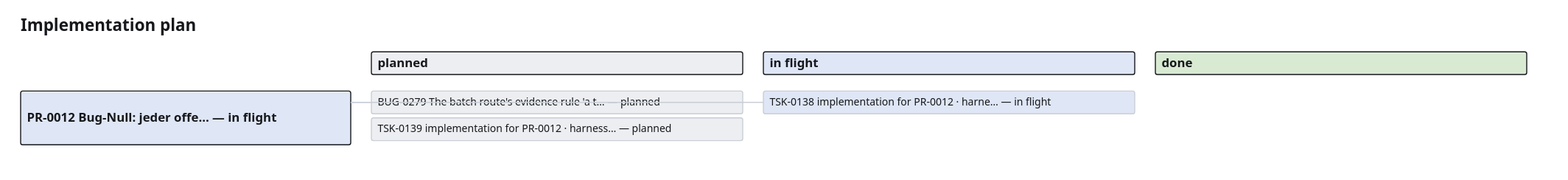
The draw.io diagram project_memory/generated/plan.drawio.svg in GiaZenX/harness, before a commit. Source tidied: cells renumbered, new cells last; positions are measured from the earlier drawing's top-left corner, leaving out a move shared by most shapes. The source it was exported from:
```xml
<mxGraphModel>
  <root>
    <mxCell id="0" />
    <mxCell id="1" parent="0" />
    <mxCell id="2" value="Implementation plan" style="text;html=1;fontSize=16;fontStyle=1;" parent="1" vertex="1">
      <mxGeometry width="300" height="20" as="geometry" />
    </mxCell>
    <mxCell id="3" value="planned" style="rounded=1;whiteSpace=wrap;html=1;fillColor=#eceef1;strokeColor=#16181c;fontSize=12;fontStyle=1;" parent="1" vertex="1">
      <mxGeometry x="340" y="34" width="360" height="22" as="geometry" />
    </mxCell>
    <mxCell id="4" value="in flight" style="rounded=1;whiteSpace=wrap;html=1;fillColor=#dfe6f5;strokeColor=#16181c;fontSize=12;fontStyle=1;" parent="1" vertex="1">
      <mxGeometry x="720" y="34" width="360" height="22" as="geometry" />
    </mxCell>
    <mxCell id="5" value="done" style="rounded=1;whiteSpace=wrap;html=1;fillColor=#d9ead3;strokeColor=#16181c;fontSize=12;fontStyle=1;" parent="1" vertex="1">
      <mxGeometry x="1100" y="34" width="360" height="22" as="geometry" />
    </mxCell>
    <mxCell id="6" value="PR-0012 Bug-Null: jeder offe… — in flight" style="rounded=1;whiteSpace=wrap;html=1;fillColor=#dfe6f5;strokeColor=#16181c;fontSize=12;fontStyle=1;" parent="1" vertex="1">
      <mxGeometry y="72" width="320" height="52" as="geometry" />
    </mxCell>
    <mxCell id="7" value="BUG-0279 The batch route's evidence rule 'a t… — planned" style="rounded=1;whiteSpace=wrap;html=1;fillColor=#eceef1;strokeColor=#c9ced6;fontSize=10;" parent="1" vertex="1">
      <mxGeometry x="340" y="72" width="360" height="22" as="geometry" />
    </mxCell>
    <mxCell id="8" style="edgeStyle=orthogonalEdgeStyle;endArrow=none;strokeColor=#c9ced6;" parent="1" edge="1" source="6" target="7">
      <mxGeometry relative="1" as="geometry" />
    </mxCell>
    <mxCell id="9" value="TSK-0139 implementation for PR-0012 · harness… — planned" style="rounded=1;whiteSpace=wrap;html=1;fillColor=#eceef1;strokeColor=#c9ced6;fontSize=10;" parent="1" vertex="1">
      <mxGeometry x="340" y="98" width="360" height="22" as="geometry" />
    </mxCell>
    <mxCell id="10" value="TSK-0138 implementation for PR-0012 · harne… — in flight" style="rounded=1;whiteSpace=wrap;html=1;fillColor=#dfe6f5;strokeColor=#c9ced6;fontSize=10;" parent="1" vertex="1">
      <mxGeometry x="720" y="72" width="360" height="22" as="geometry" />
    </mxCell>
    <mxCell id="11" style="edgeStyle=orthogonalEdgeStyle;endArrow=none;strokeColor=#c9ced6;" parent="1" edge="1" source="6" target="10">
      <mxGeometry relative="1" as="geometry" />
    </mxCell>
  </root>
</mxGraphModel>
```
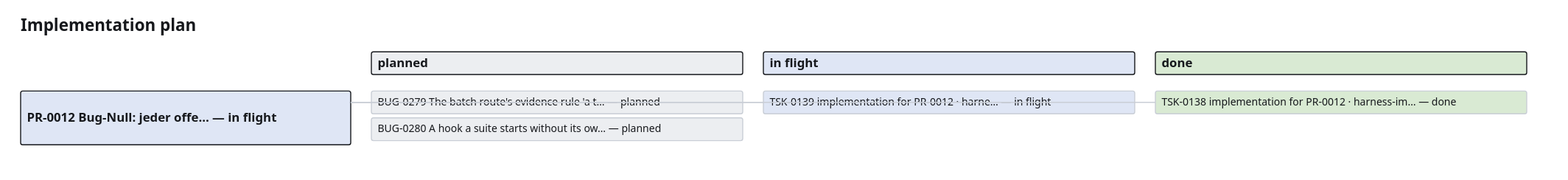
Later version of the same file.

Diff of the diagram source:
```diff
@@ -23,14 +23,20 @@
     <mxCell id="8" style="edgeStyle=orthogonalEdgeStyle;endArrow=none;strokeColor=#c9ced6;" parent="1" edge="1" source="6" target="7">
       <mxGeometry relative="1" as="geometry" />
     </mxCell>
-    <mxCell id="9" value="TSK-0139 implementation for PR-0012 · harness… — planned" style="rounded=1;whiteSpace=wrap;html=1;fillColor=#eceef1;strokeColor=#c9ced6;fontSize=10;" parent="1" vertex="1">
+    <mxCell id="9" value="BUG-0280 A hook a suite starts without its ow… — planned" style="rounded=1;whiteSpace=wrap;html=1;fillColor=#eceef1;strokeColor=#c9ced6;fontSize=10;" parent="1" vertex="1">
       <mxGeometry x="340" y="98" width="360" height="22" as="geometry" />
     </mxCell>
-    <mxCell id="10" value="TSK-0138 implementation for PR-0012 · harne… — in flight" style="rounded=1;whiteSpace=wrap;html=1;fillColor=#dfe6f5;strokeColor=#c9ced6;fontSize=10;" parent="1" vertex="1">
+    <mxCell id="10" value="TSK-0139 implementation for PR-0012 · harne… — in flight" style="rounded=1;whiteSpace=wrap;html=1;fillColor=#dfe6f5;strokeColor=#c9ced6;fontSize=10;" parent="1" vertex="1">
       <mxGeometry x="720" y="72" width="360" height="22" as="geometry" />
     </mxCell>
     <mxCell id="11" style="edgeStyle=orthogonalEdgeStyle;endArrow=none;strokeColor=#c9ced6;" parent="1" edge="1" source="6" target="10">
       <mxGeometry relative="1" as="geometry" />
     </mxCell>
+    <mxCell id="12" value="TSK-0138 implementation for PR-0012 · harness-im… — done" style="rounded=1;whiteSpace=wrap;html=1;fillColor=#d9ead3;strokeColor=#c9ced6;fontSize=10;" parent="1" vertex="1">
+      <mxGeometry x="1100" y="72" width="360" height="22" as="geometry" />
+    </mxCell>
+    <mxCell id="13" style="edgeStyle=orthogonalEdgeStyle;endArrow=none;strokeColor=#c9ced6;" parent="1" edge="1" source="6" target="12">
+      <mxGeometry relative="1" as="geometry" />
+    </mxCell>
   </root>
 </mxGraphModel>
```
